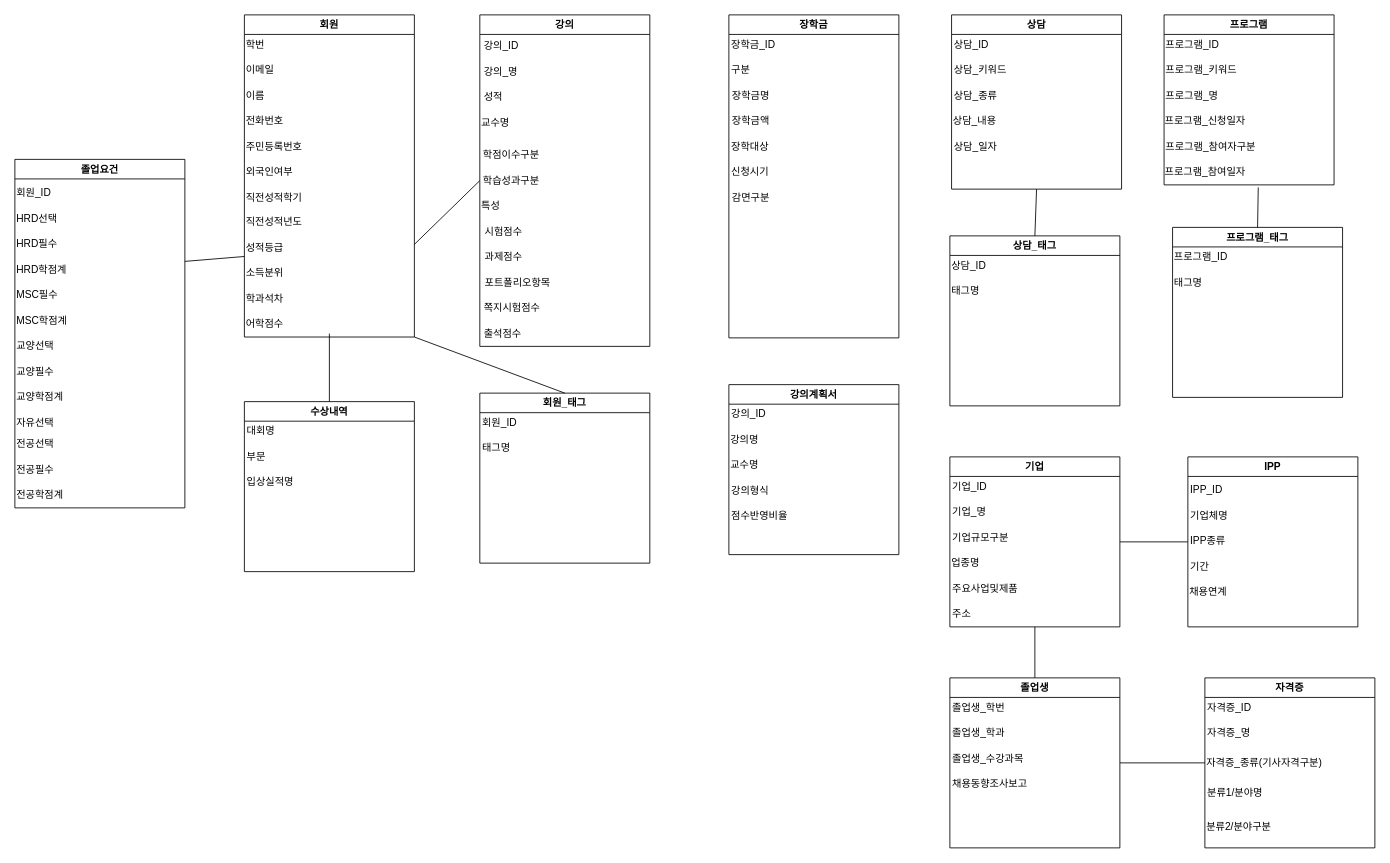
The draw.io diagram Kody.drawio in KimEunSeop/Kody, before the edit. Source tidied: cells renumbered, new cells numbered last; positions are measured from the earlier drawing's top-left corner, leaving out a move shared by most shapes. Both pictures are drawn from the tidied source at 85%, with x=0, y=0 at pixel (14, 14).
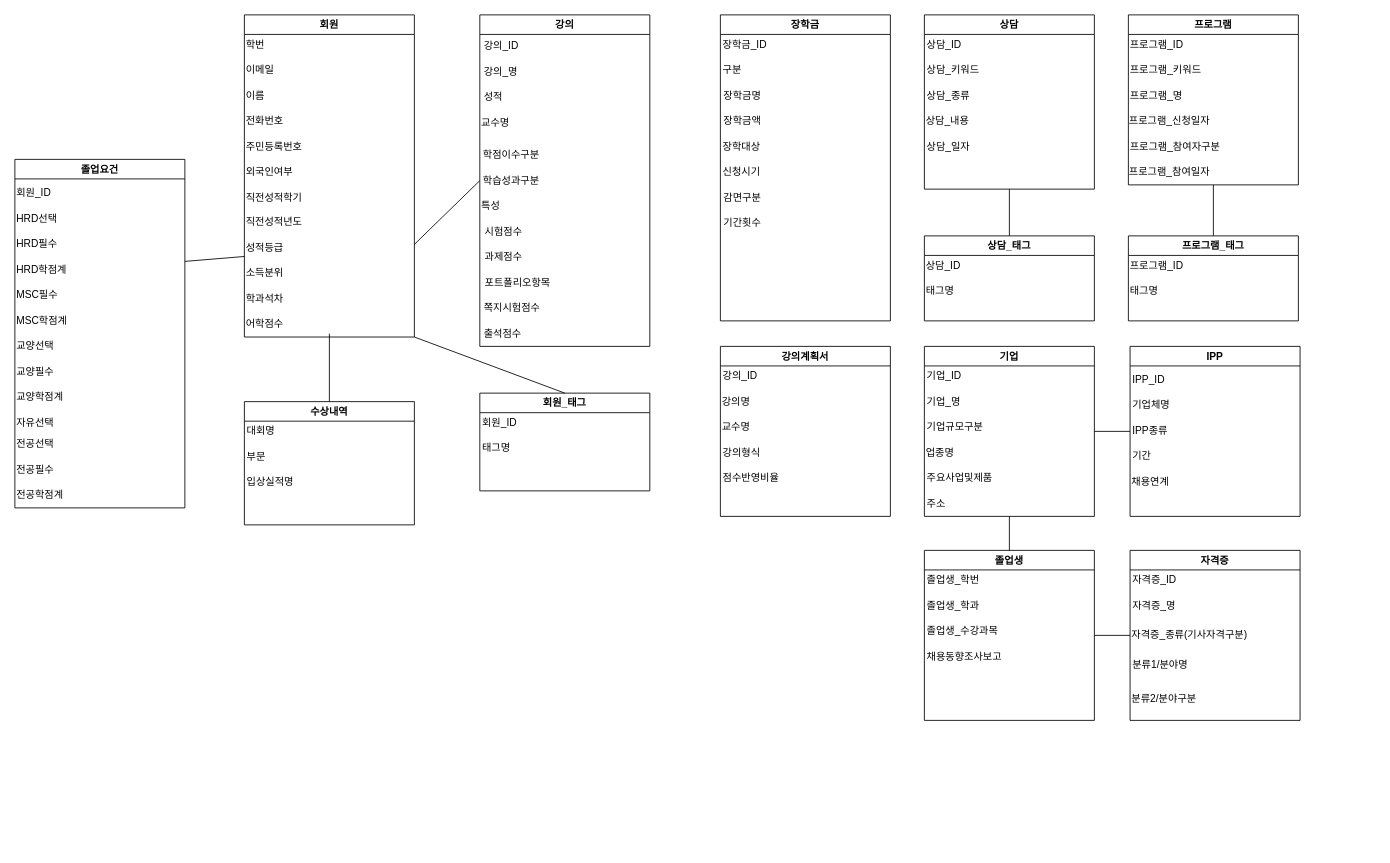
The same page after the edit.

Unchanged cells that the change refers to:
```xml
<mxCell id="111" value="프로그램_참여일자" style="text;html=1;align=left;verticalAlign=middle;points=[];strokeColor=none;fillColor=none;" parent="105" vertex="1">
  <mxGeometry x="-1" y="170" width="130" height="30" as="geometry" />
</mxCell>
```

The edit, as a diff of the source:
```diff
@@
     <mxCell id="42" value="기업" style="swimlane;whiteSpace=wrap;html=1;startSize=23;" parent="1" vertex="1">
-      <mxGeometry x="1100" y="520" width="200" height="200" as="geometry" />
+      <mxGeometry x="1070" y="390" width="200" height="200" as="geometry" />
     </mxCell>
@@
     <mxCell id="49" value="자격증" style="swimlane;whiteSpace=wrap;html=1;startSize=23;" parent="1" vertex="1">
-      <mxGeometry x="1400" y="780" width="200" height="200" as="geometry" />
+      <mxGeometry x="1312" y="630" width="200" height="200" as="geometry" />
     </mxCell>
@@
     <mxCell id="55" value="졸업생" style="swimlane;whiteSpace=wrap;html=1;startSize=23;" parent="1" vertex="1">
-      <mxGeometry x="1100" y="780" width="200" height="200" as="geometry" />
+      <mxGeometry x="1070" y="630" width="200" height="200" as="geometry" />
     </mxCell>
@@
     <mxCell id="63" value="수상내역" style="swimlane;whiteSpace=wrap;html=1;startSize=23;" parent="1" vertex="1">
-      <mxGeometry x="270" y="455" width="200" height="200" as="geometry" />
+      <mxGeometry x="270" y="455" width="200" height="145" as="geometry" />
     </mxCell>
@@
     <mxCell id="68" value="프로그램_태그" style="swimlane;whiteSpace=wrap;html=1;startSize=23;" parent="1" vertex="1">
-      <mxGeometry x="1362" y="250" width="200" height="200" as="geometry" />
+      <mxGeometry x="1310" y="260" width="200" height="100" as="geometry" />
     </mxCell>
@@
     <mxCell id="71" value="상담_태그" style="swimlane;whiteSpace=wrap;html=1;startSize=23;" parent="1" vertex="1">
-      <mxGeometry x="1100" y="260" width="200" height="200" as="geometry" />
+      <mxGeometry x="1070" y="260" width="200" height="100" as="geometry" />
     </mxCell>
@@
     <mxCell id="74" value="회원_태그" style="swimlane;whiteSpace=wrap;html=1;startSize=23;" parent="1" vertex="1">
-      <mxGeometry x="547" y="445" width="200" height="200" as="geometry" />
+      <mxGeometry x="547" y="445" width="200" height="115" as="geometry" />
     </mxCell>
@@
     <mxCell id="78" value="강의계획서" style="swimlane;whiteSpace=wrap;html=1;startSize=23;" parent="1" vertex="1">
-      <mxGeometry x="840" y="435" width="200" height="200" as="geometry" />
+      <mxGeometry x="830" y="390" width="200" height="200" as="geometry" />
     </mxCell>
@@
     <mxCell id="84" value="장학금" style="swimlane;whiteSpace=wrap;html=1;startSize=23;" parent="1" vertex="1">
-      <mxGeometry x="840" width="200" height="380" as="geometry" />
+      <mxGeometry x="830" width="200" height="360" as="geometry" />
     </mxCell>
@@
+    <mxCell id="115" value="기간횟수" style="text;html=1;align=left;verticalAlign=middle;strokeColor=none;fillColor=none;" parent="84" vertex="1">
+      <mxGeometry x="2" y="230" width="70" height="30" as="geometry" />
+    </mxCell>
     <mxCell id="92" value="IPP" style="swimlane;whiteSpace=wrap;html=1;startSize=23;" parent="1" vertex="1">
-      <mxGeometry x="1380" y="520" width="200" height="200" as="geometry" />
+      <mxGeometry x="1312" y="390" width="200" height="200" as="geometry" />
     </mxCell>
@@
     <mxCell id="99" value="상담" style="swimlane;whiteSpace=wrap;html=1;startSize=23;" parent="1" vertex="1">
-      <mxGeometry x="1102" width="200" height="205" as="geometry" />
+      <mxGeometry x="1070" width="200" height="205" as="geometry" />
     </mxCell>
@@
     <mxCell id="105" value="프로그램" style="swimlane;whiteSpace=wrap;html=1;startSize=23;" parent="1" vertex="1">
-      <mxGeometry x="1352" width="200" height="200" as="geometry" />
+      <mxGeometry x="1310" width="200" height="200" as="geometry" />
     </mxCell>
@@
-    <mxCell id="113" style="endArrow=none;html=1;rounded=0;entryX=0.5;entryY=0;entryDx=0;entryDy=0;exitX=0.86;exitY=1.1;exitDx=0;exitDy=0;exitPerimeter=0;" parent="1" edge="1" source="111" target="68">
+    <mxCell id="113" style="endArrow=none;html=1;rounded=0;entryX=0.5;entryY=0;entryDx=0;entryDy=0;exitX=0.5;exitY=1;exitDx=0;exitDy=0;" parent="1" edge="1" source="105" target="68">
       <mxGeometry relative="1" as="geometry" />
     </mxCell>
```
